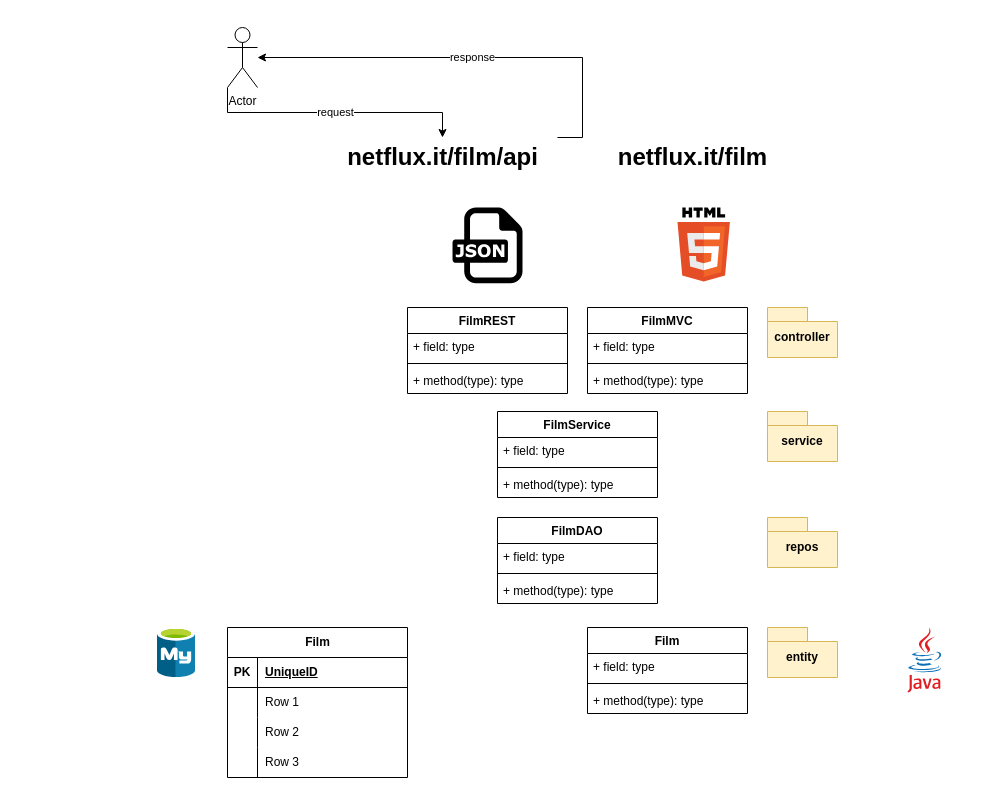
Above: page "Pagina-3" (3 of 3) of Database/lezioni/its_2025_Java.drawio in maboglia/ITS2025_SWD (draw.io), before the change. Source tidied: cells renumbered, new cells numbered last; positions are measured from the earlier drawing's top-left corner, leaving out a move shared by most shapes. Both pictures are drawn from the tidied source at 100%, with x=0, y=0 at pixel (157, 27).
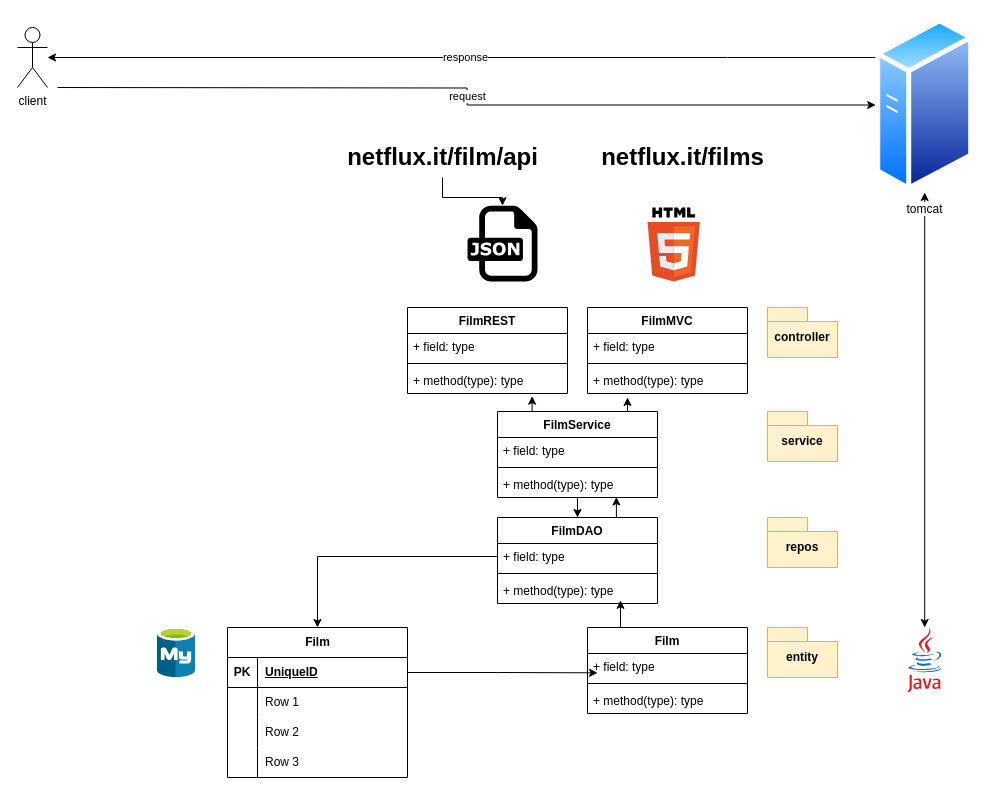
The same page after the edit.

Unchanged cells that the change refers to:
```xml
<mxCell id="2" value="Film" style="shape=table;startSize=30;childLayout=tableLayout;rowLines=0;fontStyle=1;align=center;html=1;" parent="1" vertex="1">
  <mxGeometry x="70" y="600" width="180" height="150" as="geometry" />
</mxCell>
<mxCell id="3" style="shape=tableRow;horizontal=0;startSize=0;swimlaneHead=0;swimlaneBody=0;fillColor=none;points=[[0,0.5],[1,0.5]];portConstraint=eastwest;top=0;left=0;right=0;bottom=1;" parent="2" vertex="1">
  <mxGeometry y="30" width="180" height="30" as="geometry" />
</mxCell>
<mxCell id="15" value="Film" style="swimlane;fontStyle=1;align=center;verticalAlign=top;horizontal=1;startSize=26;whiteSpace=wrap;html=1;" parent="1" vertex="1">
  <mxGeometry x="430" y="600" width="160" height="86" as="geometry" />
</mxCell>
<mxCell id="16" value="+ field: type" style="text;strokeColor=none;fillColor=none;align=left;verticalAlign=top;spacingLeft=4;spacingRight=4;overflow=hidden;points=[[0,0.5],[1,0.5]];portConstraint=eastwest;whiteSpace=wrap;html=1;" parent="15" vertex="1">
  <mxGeometry y="26" width="160" height="26" as="geometry" />
</mxCell>
<mxCell id="20" value="FilmDAO" style="swimlane;fontStyle=1;align=center;verticalAlign=top;horizontal=1;startSize=26;whiteSpace=wrap;html=1;" parent="1" vertex="1">
  <mxGeometry x="340" y="490" width="160" height="86" as="geometry" />
</mxCell>
<mxCell id="21" value="+ field: type" style="text;strokeColor=none;fillColor=none;align=left;verticalAlign=top;spacingLeft=4;spacingRight=4;overflow=hidden;points=[[0,0.5],[1,0.5]];portConstraint=eastwest;whiteSpace=wrap;html=1;" parent="20" vertex="1">
  <mxGeometry y="26" width="160" height="26" as="geometry" />
</mxCell>
<mxCell id="23" value="+ method(type): type" style="text;strokeColor=none;fillColor=none;align=left;verticalAlign=top;spacingLeft=4;spacingRight=4;overflow=hidden;points=[[0,0.5],[1,0.5]];portConstraint=eastwest;whiteSpace=wrap;html=1;" parent="20" vertex="1">
  <mxGeometry y="60" width="160" height="26" as="geometry" />
</mxCell>
<mxCell id="25" value="FilmService" style="swimlane;fontStyle=1;align=center;verticalAlign=top;horizontal=1;startSize=26;whiteSpace=wrap;html=1;" parent="1" vertex="1">
  <mxGeometry x="340" y="384" width="160" height="86" as="geometry" />
</mxCell>
<mxCell id="28" value="+ method(type): type" style="text;strokeColor=none;fillColor=none;align=left;verticalAlign=top;spacingLeft=4;spacingRight=4;overflow=hidden;points=[[0,0.5],[1,0.5]];portConstraint=eastwest;whiteSpace=wrap;html=1;" parent="25" vertex="1">
  <mxGeometry y="60" width="160" height="26" as="geometry" />
</mxCell>
<mxCell id="33" value="+ method(type): type" style="text;strokeColor=none;fillColor=none;align=left;verticalAlign=top;spacingLeft=4;spacingRight=4;overflow=hidden;points=[[0,0.5],[1,0.5]];portConstraint=eastwest;whiteSpace=wrap;html=1;" parent="30" vertex="1">
  <mxGeometry y="60" width="160" height="26" as="geometry" />
</mxCell>
<mxCell id="38" value="+ method(type): type" style="text;strokeColor=none;fillColor=none;align=left;verticalAlign=top;spacingLeft=4;spacingRight=4;overflow=hidden;points=[[0,0.5],[1,0.5]];portConstraint=eastwest;whiteSpace=wrap;html=1;" parent="35" vertex="1">
  <mxGeometry y="60" width="160" height="26" as="geometry" />
</mxCell>
<mxCell id="40" style="dashed=0;outlineConnect=0;html=1;align=center;labelPosition=center;verticalLabelPosition=bottom;verticalAlign=top;shape=mxgraph.weblogos.java;" parent="1" vertex="1">
  <mxGeometry x="750" y="600" width="34.4" height="65" as="geometry" />
</mxCell>
<mxCell id="46" value="netflux.it/film/api" style="text;strokeColor=none;fillColor=none;html=1;fontSize=24;fontStyle=1;verticalAlign=middle;align=center;" parent="1" vertex="1">
  <mxGeometry x="170" y="110" width="230" height="40" as="geometry" />
</mxCell>
```

Diff of the diagram source:
```diff
@@
+    <mxCell id="48" style="edgeStyle=orthogonalEdgeStyle;rounded=0;jettySize=auto;html=1;" parent="1" edge="1" source="25" target="20">
+      <mxGeometry relative="1" as="geometry" />
+    </mxCell>
@@
     <mxCell id="41" style="dashed=0;html=1;align=center;labelPosition=center;verticalLabelPosition=bottom;verticalAlign=top;shape=mxgraph.weblogos.html5;" parent="1" vertex="1">
-      <mxGeometry x="520" y="180" width="52.4" height="74" as="geometry" />
+      <mxGeometry x="490" y="180" width="52.4" height="74" as="geometry" />
     </mxCell>
     <mxCell id="42" style="dashed=0;outlineConnect=0;html=1;align=center;labelPosition=center;verticalLabelPosition=bottom;verticalAlign=top;shape=mxgraph.weblogos.json;" parent="1" vertex="1">
-      <mxGeometry x="295" y="180" width="70" height="75.8" as="geometry" />
+      <mxGeometry x="310" y="178.2" width="70" height="75.8" as="geometry" />
     </mxCell>
-    <mxCell id="43" value="request" style="edgeStyle=orthogonalEdgeStyle;rounded=0;jettySize=auto;html=1;exitX=0;exitY=1;exitDx=0;exitDy=0;exitPerimeter=0;" parent="1" edge="1" source="44" target="46">
-      <mxGeometry relative="1" as="geometry" />
+    <mxCell id="43" value="request" style="edgeStyle=orthogonalEdgeStyle;rounded=0;jettySize=auto;html=1;" parent="1" edge="1" target="51">
+      <mxGeometry relative="1" as="geometry">
+        <mxPoint x="-100" y="60" as="sourcePoint" />
+      </mxGeometry>
     </mxCell>
-    <mxCell id="44" value="Actor" style="shape=umlActor;verticalLabelPosition=bottom;verticalAlign=top;html=1;outlineConnect=0;" parent="1" vertex="1">
-      <mxGeometry x="70" width="30" height="60" as="geometry" />
+    <mxCell id="44" value="client" style="shape=umlActor;verticalLabelPosition=bottom;verticalAlign=top;html=1;outlineConnect=0;" parent="1" vertex="1">
+      <mxGeometry x="-140" width="30" height="60" as="geometry" />
     </mxCell>
-    <mxCell id="45" value="response" style="edgeStyle=orthogonalEdgeStyle;rounded=0;jettySize=auto;html=1;exitX=1;exitY=0;exitDx=0;exitDy=0;" parent="1" edge="1" source="46" target="44">
+    <mxCell id="45" value="response" style="edgeStyle=orthogonalEdgeStyle;rounded=0;jettySize=auto;html=1;" parent="1" edge="1" source="51" target="44">
       <mxGeometry relative="1" as="geometry">
         <Array as="points">
-          <mxPoint x="425" y="110" />
+          <mxPoint x="570" y="30" />
+          <mxPoint x="570" y="30" />
         </Array>
       </mxGeometry>
     </mxCell>
+    <mxCell id="49" style="edgeStyle=orthogonalEdgeStyle;rounded=0;jettySize=auto;html=1;" parent="1" edge="1" source="46" target="42">
+      <mxGeometry relative="1" as="geometry" />
+    </mxCell>
@@
-    <mxCell id="47" value="netflux.it/film" style="text;strokeColor=none;fillColor=none;html=1;fontSize=24;fontStyle=1;verticalAlign=middle;align=center;" parent="1" vertex="1">
-      <mxGeometry x="420" y="110" width="230" height="40" as="geometry" />
+    <mxCell id="47" value="netflux.it/films" style="text;strokeColor=none;fillColor=none;html=1;fontSize=24;fontStyle=1;verticalAlign=middle;align=center;" parent="1" vertex="1">
+      <mxGeometry x="410" y="110" width="230" height="40" as="geometry" />
     </mxCell>
+    <mxCell id="50" style="edgeStyle=orthogonalEdgeStyle;rounded=0;jettySize=auto;html=1;exitX=0.5;exitY=1;exitDx=0;exitDy=0;startArrow=classic;startFill=1;" parent="1" edge="1" source="51" target="40">
+      <mxGeometry relative="1" as="geometry" />
+    </mxCell>
+    <mxCell id="51" value="tomcat" style="image;perimeter=ellipsePerimeter;html=1;align=center;shadow=0;dashed=0;spacingTop=3;image=img/lib/active_directory/generic_server.svg;" parent="1" vertex="1">
+      <mxGeometry x="718.2" y="-10" width="98" height="175" as="geometry" />
+    </mxCell>
+    <mxCell id="52" style="edgeStyle=orthogonalEdgeStyle;rounded=0;jettySize=auto;html=1;exitX=0;exitY=0.5;exitDx=0;exitDy=0;" parent="1" edge="1" source="21" target="2">
+      <mxGeometry relative="1" as="geometry" />
+    </mxCell>
+    <mxCell id="53" style="edgeStyle=orthogonalEdgeStyle;rounded=0;jettySize=auto;html=1;exitX=1;exitY=0.5;exitDx=0;exitDy=0;entryX=0.063;entryY=0.744;entryDx=0;entryDy=0;entryPerimeter=0;" parent="1" edge="1" source="3" target="16">
+      <mxGeometry relative="1" as="geometry" />
+    </mxCell>
+    <mxCell id="54" style="edgeStyle=orthogonalEdgeStyle;rounded=0;jettySize=auto;html=1;exitX=0.25;exitY=0;exitDx=0;exitDy=0;entryX=0.769;entryY=0.878;entryDx=0;entryDy=0;entryPerimeter=0;" parent="1" edge="1" source="15" target="23">
+      <mxGeometry relative="1" as="geometry" />
+    </mxCell>
+    <mxCell id="55" style="edgeStyle=orthogonalEdgeStyle;rounded=0;jettySize=auto;html=1;exitX=0.75;exitY=0;exitDx=0;exitDy=0;entryX=0.743;entryY=0.981;entryDx=0;entryDy=0;entryPerimeter=0;" parent="1" edge="1" source="20" target="28">
+      <mxGeometry relative="1" as="geometry" />
+    </mxCell>
+    <mxCell id="56" style="edgeStyle=orthogonalEdgeStyle;rounded=0;jettySize=auto;html=1;exitX=0.25;exitY=0;exitDx=0;exitDy=0;entryX=0.779;entryY=1.103;entryDx=0;entryDy=0;entryPerimeter=0;" parent="1" edge="1" source="25" target="38">
+      <mxGeometry relative="1" as="geometry" />
+    </mxCell>
+    <mxCell id="57" style="edgeStyle=orthogonalEdgeStyle;rounded=0;jettySize=auto;html=1;exitX=0.75;exitY=0;exitDx=0;exitDy=0;entryX=0.25;entryY=1.154;entryDx=0;entryDy=0;entryPerimeter=0;" parent="1" edge="1" source="25" target="33">
+      <mxGeometry relative="1" as="geometry" />
+    </mxCell>
```
